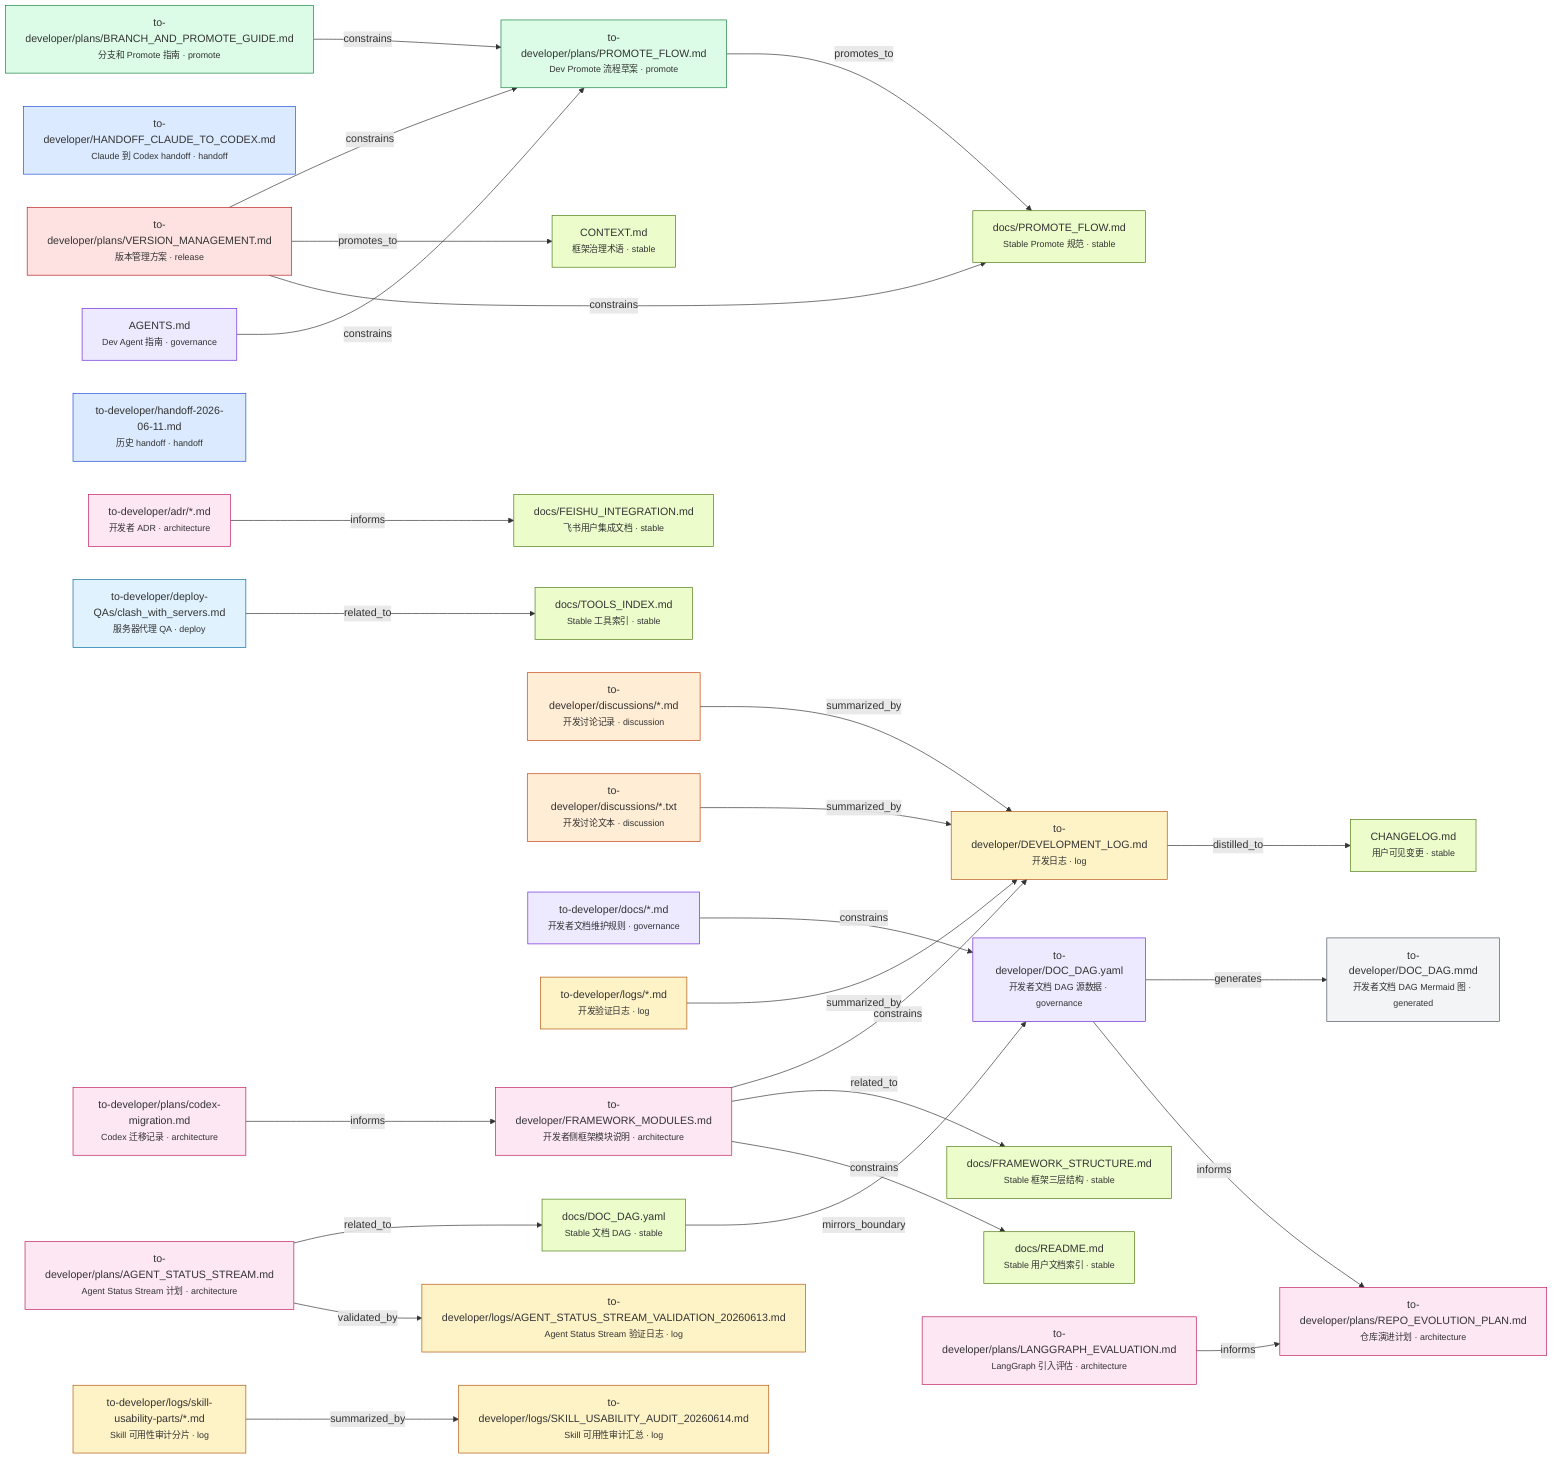
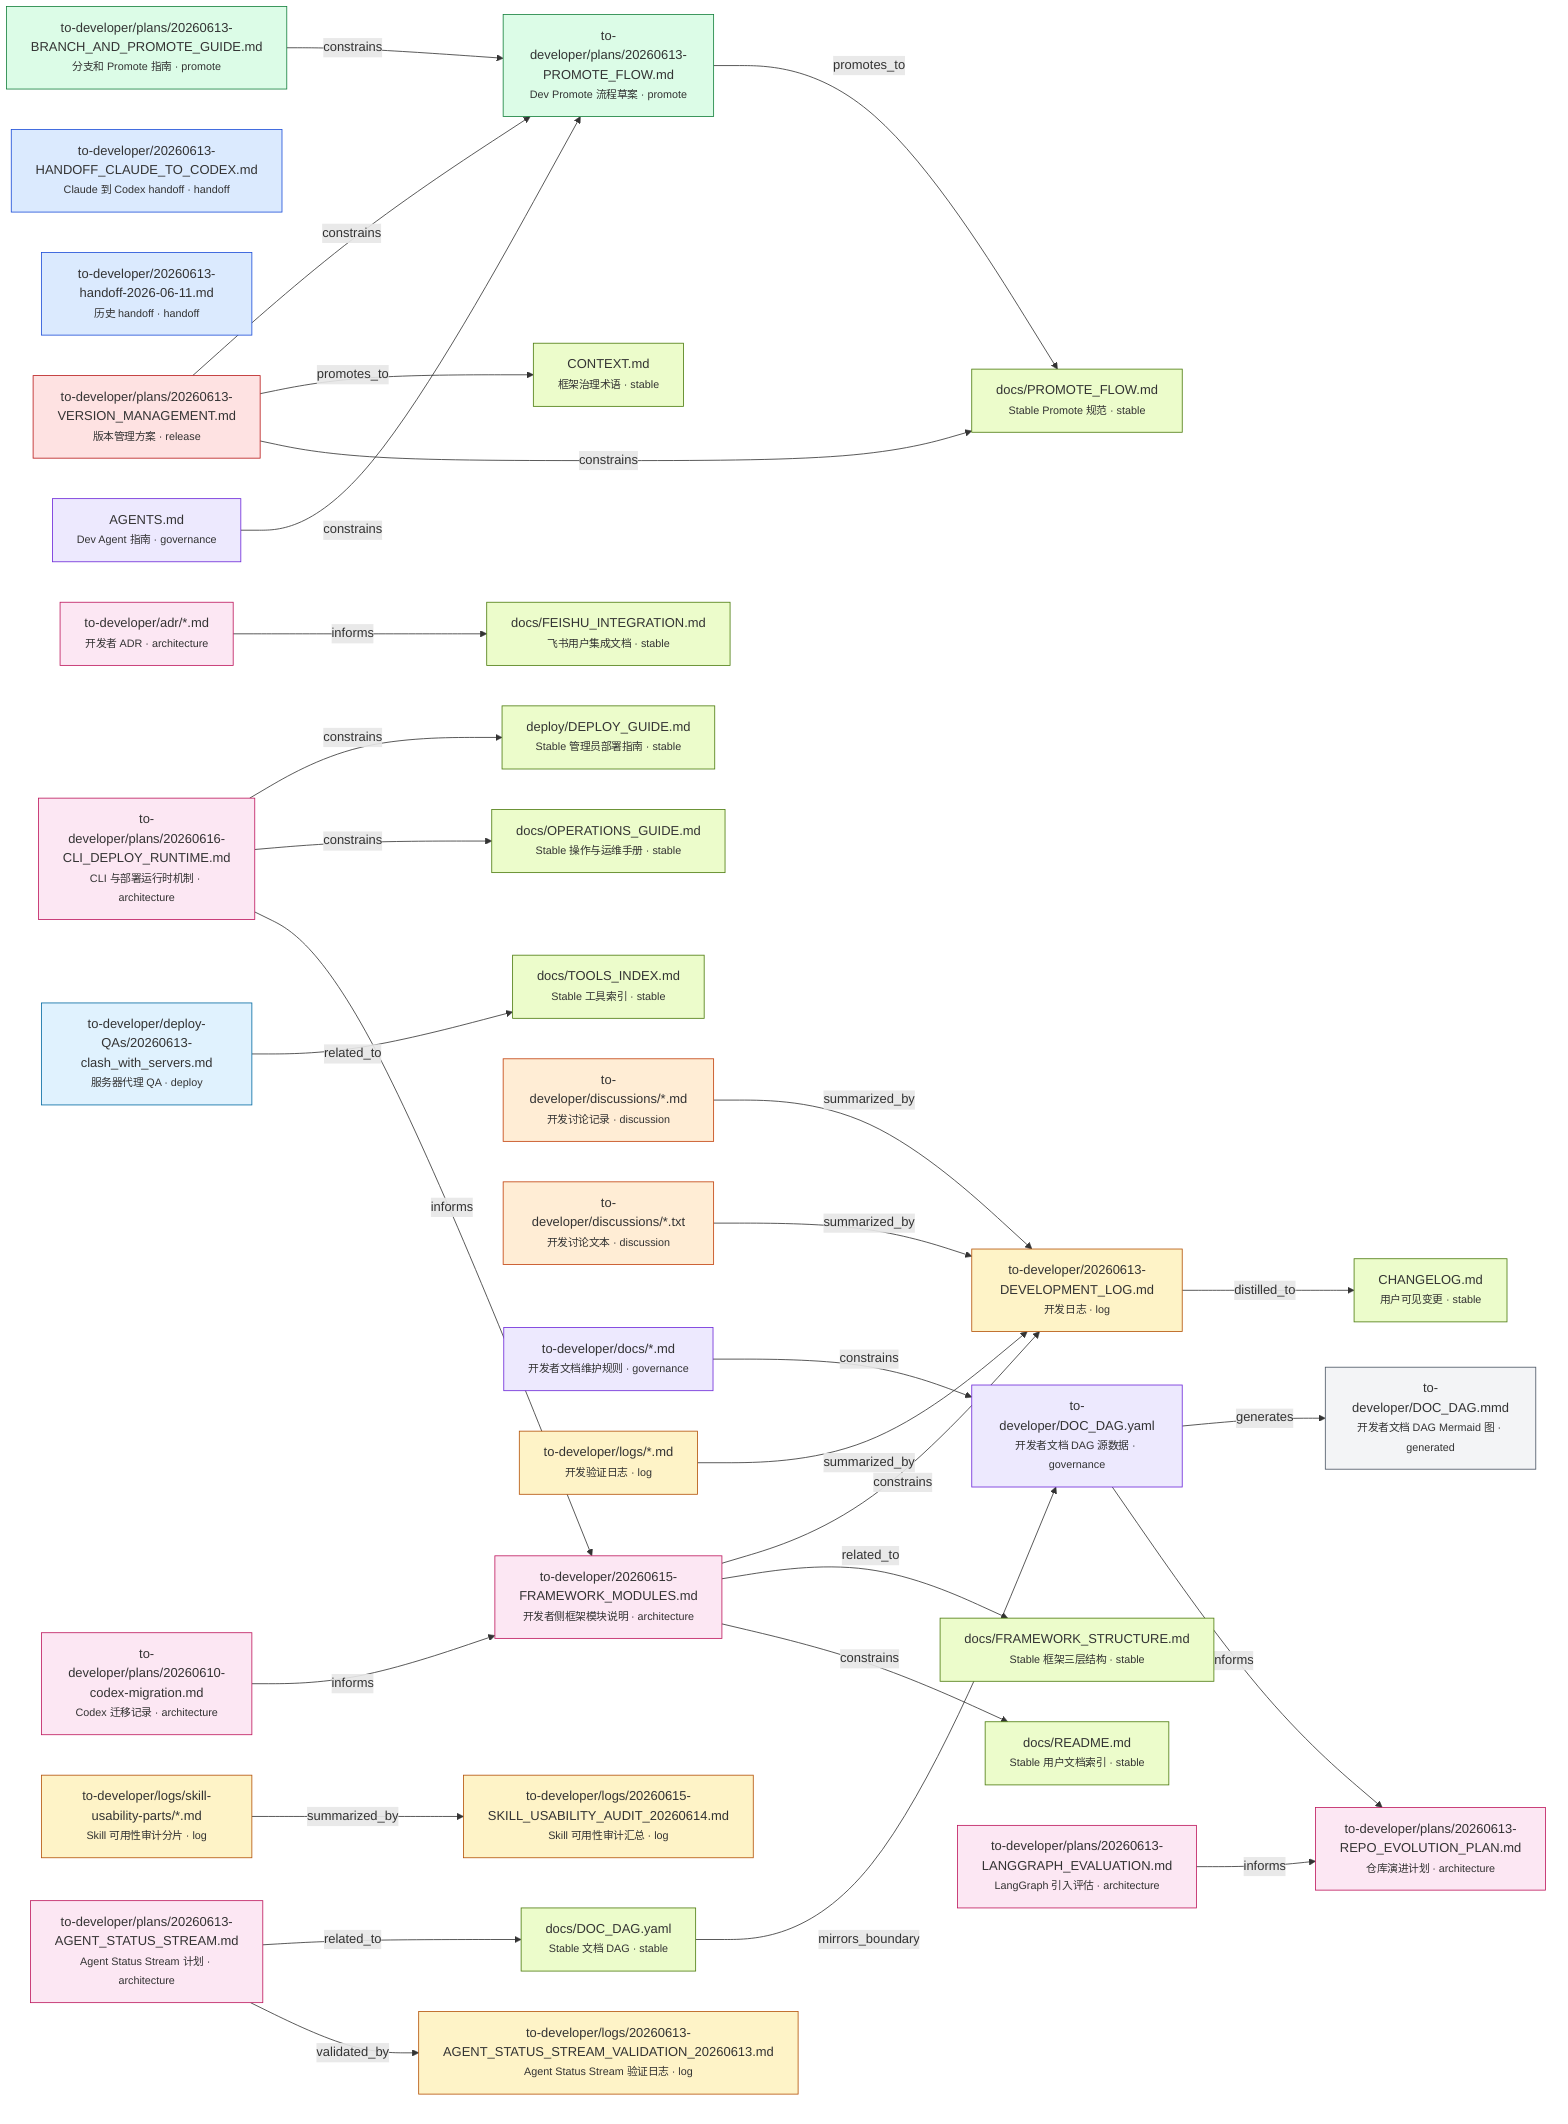
graph LR
    %% Generated from to-developer/DOC_DAG.yaml by tools/update_developer_docs.py
    AGENTS_md["AGENTS.md<br/><small>Dev Agent 指南 · governance</small>"]
    CHANGELOG_md["CHANGELOG.md<br/><small>用户可见变更 · stable</small>"]
    CONTEXT_md["CONTEXT.md<br/><small>框架治理术语 · stable</small>"]
+     deploy_DEPLOY_GUIDE_md["deploy/DEPLOY_GUIDE.md<br/><small>Stable 管理员部署指南 · stable</small>"]
    docs_DOC_DAG_yaml["docs/DOC_DAG.yaml<br/><small>Stable 文档 DAG · stable</small>"]
    docs_FEISHU_INTEGRATION_md["docs/FEISHU_INTEGRATION.md<br/><small>飞书用户集成文档 · stable</small>"]
    docs_FRAMEWORK_STRUCTURE_md["docs/FRAMEWORK_STRUCTURE.md<br/><small>Stable 框架三层结构 · stable</small>"]
+     docs_OPERATIONS_GUIDE_md["docs/OPERATIONS_GUIDE.md<br/><small>Stable 操作与运维手册 · stable</small>"]
    docs_PROMOTE_FLOW_md["docs/PROMOTE_FLOW.md<br/><small>Stable Promote 规范 · stable</small>"]
    docs_README_md["docs/README.md<br/><small>Stable 用户文档索引 · stable</small>"]
    docs_TOOLS_INDEX_md["docs/TOOLS_INDEX.md<br/><small>Stable 工具索引 · stable</small>"]
-     to_developer_DEVELOPMENT_LOG_md["to-developer/DEVELOPMENT_LOG.md<br/><small>开发日志 · log</small>"]
+     to_developer_20260613_DEVELOPMENT_LOG_md["to-developer/20260613-DEVELOPMENT_LOG.md<br/><small>开发日志 · log</small>"]
+     to_developer_20260613_HANDOFF_CLAUDE_TO_CODEX_md["to-developer/20260613-HANDOFF_CLAUDE_TO_CODEX.md<br/><small>Claude 到 Codex handoff · handoff</small>"]
+     to_developer_20260613_handoff_2026_06_11_md["to-developer/20260613-handoff-2026-06-11.md<br/><small>历史 handoff · handoff</small>"]
+     to_developer_20260615_FRAMEWORK_MODULES_md["to-developer/20260615-FRAMEWORK_MODULES.md<br/><small>开发者侧框架模块说明 · architecture</small>"]
    to_developer_DOC_DAG_mmd["to-developer/DOC_DAG.mmd<br/><small>开发者文档 DAG Mermaid 图 · generated</small>"]
    to_developer_DOC_DAG_yaml["to-developer/DOC_DAG.yaml<br/><small>开发者文档 DAG 源数据 · governance</small>"]
-     to_developer_FRAMEWORK_MODULES_md["to-developer/FRAMEWORK_MODULES.md<br/><small>开发者侧框架模块说明 · architecture</small>"]
-     to_developer_HANDOFF_CLAUDE_TO_CODEX_md["to-developer/HANDOFF_CLAUDE_TO_CODEX.md<br/><small>Claude 到 Codex handoff · handoff</small>"]
    to_developer_adr___md["to-developer/adr/*.md<br/><small>开发者 ADR · architecture</small>"]
-     to_developer_deploy_QAs_clash_with_servers_md["to-developer/deploy-QAs/clash_with_servers.md<br/><small>服务器代理 QA · deploy</small>"]
+     to_developer_deploy_QAs_20260613_clash_with_servers_md["to-developer/deploy-QAs/20260613-clash_with_servers.md<br/><small>服务器代理 QA · deploy</small>"]
    to_developer_discussions___md["to-developer/discussions/*.md<br/><small>开发讨论记录 · discussion</small>"]
    to_developer_discussions___txt["to-developer/discussions/*.txt<br/><small>开发讨论文本 · discussion</small>"]
    to_developer_docs___md["to-developer/docs/*.md<br/><small>开发者文档维护规则 · governance</small>"]
-     to_developer_handoff_2026_06_11_md["to-developer/handoff-2026-06-11.md<br/><small>历史 handoff · handoff</small>"]
    to_developer_logs___md["to-developer/logs/*.md<br/><small>开发验证日志 · log</small>"]
-     to_developer_logs_AGENT_STATUS_STREAM_VALIDATION_20260613_md["to-developer/logs/AGENT_STATUS_STREAM_VALIDATION_20260613.md<br/><small>Agent Status Stream 验证日志 · log</small>"]
-     to_developer_logs_SKILL_USABILITY_AUDIT_20260614_md["to-developer/logs/SKILL_USABILITY_AUDIT_20260614.md<br/><small>Skill 可用性审计汇总 · log</small>"]
+     to_developer_logs_20260613_AGENT_STATUS_STREAM_VALIDATION_20260613_md["to-developer/logs/20260613-AGENT_STATUS_STREAM_VALIDATION_20260613.md<br/><small>Agent Status Stream 验证日志 · log</small>"]
+     to_developer_logs_20260615_SKILL_USABILITY_AUDIT_20260614_md["to-developer/logs/20260615-SKILL_USABILITY_AUDIT_20260614.md<br/><small>Skill 可用性审计汇总 · log</small>"]
    to_developer_logs_skill_usability_parts___md["to-developer/logs/skill-usability-parts/*.md<br/><small>Skill 可用性审计分片 · log</small>"]
-     to_developer_plans_AGENT_STATUS_STREAM_md["to-developer/plans/AGENT_STATUS_STREAM.md<br/><small>Agent Status Stream 计划 · architecture</small>"]
-     to_developer_plans_BRANCH_AND_PROMOTE_GUIDE_md["to-developer/plans/BRANCH_AND_PROMOTE_GUIDE.md<br/><small>分支和 Promote 指南 · promote</small>"]
-     to_developer_plans_LANGGRAPH_EVALUATION_md["to-developer/plans/LANGGRAPH_EVALUATION.md<br/><small>LangGraph 引入评估 · architecture</small>"]
-     to_developer_plans_PROMOTE_FLOW_md["to-developer/plans/PROMOTE_FLOW.md<br/><small>Dev Promote 流程草案 · promote</small>"]
-     to_developer_plans_REPO_EVOLUTION_PLAN_md["to-developer/plans/REPO_EVOLUTION_PLAN.md<br/><small>仓库演进计划 · architecture</small>"]
-     to_developer_plans_VERSION_MANAGEMENT_md["to-developer/plans/VERSION_MANAGEMENT.md<br/><small>版本管理方案 · release</small>"]
-     to_developer_plans_codex_migration_md["to-developer/plans/codex-migration.md<br/><small>Codex 迁移记录 · architecture</small>"]
+     to_developer_plans_20260610_codex_migration_md["to-developer/plans/20260610-codex-migration.md<br/><small>Codex 迁移记录 · architecture</small>"]
+     to_developer_plans_20260613_AGENT_STATUS_STREAM_md["to-developer/plans/20260613-AGENT_STATUS_STREAM.md<br/><small>Agent Status Stream 计划 · architecture</small>"]
+     to_developer_plans_20260613_BRANCH_AND_PROMOTE_GUIDE_md["to-developer/plans/20260613-BRANCH_AND_PROMOTE_GUIDE.md<br/><small>分支和 Promote 指南 · promote</small>"]
+     to_developer_plans_20260613_LANGGRAPH_EVALUATION_md["to-developer/plans/20260613-LANGGRAPH_EVALUATION.md<br/><small>LangGraph 引入评估 · architecture</small>"]
+     to_developer_plans_20260613_PROMOTE_FLOW_md["to-developer/plans/20260613-PROMOTE_FLOW.md<br/><small>Dev Promote 流程草案 · promote</small>"]
+     to_developer_plans_20260613_REPO_EVOLUTION_PLAN_md["to-developer/plans/20260613-REPO_EVOLUTION_PLAN.md<br/><small>仓库演进计划 · architecture</small>"]
+     to_developer_plans_20260613_VERSION_MANAGEMENT_md["to-developer/plans/20260613-VERSION_MANAGEMENT.md<br/><small>版本管理方案 · release</small>"]
+     to_developer_plans_20260616_CLI_DEPLOY_RUNTIME_md["to-developer/plans/20260616-CLI_DEPLOY_RUNTIME.md<br/><small>CLI 与部署运行时机制 · architecture</small>"]

    to_developer_DOC_DAG_yaml -- "generates" --> to_developer_DOC_DAG_mmd
-     to_developer_DOC_DAG_yaml -- "informs" --> to_developer_plans_REPO_EVOLUTION_PLAN_md
-     to_developer_FRAMEWORK_MODULES_md -- "constrains" --> to_developer_DEVELOPMENT_LOG_md
-     to_developer_FRAMEWORK_MODULES_md -- "related_to" --> docs_FRAMEWORK_STRUCTURE_md
-     to_developer_FRAMEWORK_MODULES_md -- "constrains" --> docs_README_md
+     to_developer_DOC_DAG_yaml -- "informs" --> to_developer_plans_20260613_REPO_EVOLUTION_PLAN_md
+     to_developer_20260615_FRAMEWORK_MODULES_md -- "constrains" --> to_developer_20260613_DEVELOPMENT_LOG_md
+     to_developer_20260615_FRAMEWORK_MODULES_md -- "related_to" --> docs_FRAMEWORK_STRUCTURE_md
+     to_developer_20260615_FRAMEWORK_MODULES_md -- "constrains" --> docs_README_md
    to_developer_docs___md -- "constrains" --> to_developer_DOC_DAG_yaml
-     to_developer_plans_BRANCH_AND_PROMOTE_GUIDE_md -- "constrains" --> to_developer_plans_PROMOTE_FLOW_md
-     to_developer_plans_VERSION_MANAGEMENT_md -- "constrains" --> to_developer_plans_PROMOTE_FLOW_md
-     to_developer_plans_PROMOTE_FLOW_md -- "promotes_to" --> docs_PROMOTE_FLOW_md
-     to_developer_plans_VERSION_MANAGEMENT_md -- "promotes_to" --> CONTEXT_md
-     to_developer_plans_VERSION_MANAGEMENT_md -- "constrains" --> docs_PROMOTE_FLOW_md
-     to_developer_plans_AGENT_STATUS_STREAM_md -- "related_to" --> docs_DOC_DAG_yaml
-     to_developer_plans_AGENT_STATUS_STREAM_md -- "validated_by" --> to_developer_logs_AGENT_STATUS_STREAM_VALIDATION_20260613_md
-     to_developer_plans_LANGGRAPH_EVALUATION_md -- "informs" --> to_developer_plans_REPO_EVOLUTION_PLAN_md
-     to_developer_plans_codex_migration_md -- "informs" --> to_developer_FRAMEWORK_MODULES_md
+     to_developer_plans_20260613_BRANCH_AND_PROMOTE_GUIDE_md -- "constrains" --> to_developer_plans_20260613_PROMOTE_FLOW_md
+     to_developer_plans_20260613_VERSION_MANAGEMENT_md -- "constrains" --> to_developer_plans_20260613_PROMOTE_FLOW_md
+     to_developer_plans_20260613_PROMOTE_FLOW_md -- "promotes_to" --> docs_PROMOTE_FLOW_md
+     to_developer_plans_20260613_VERSION_MANAGEMENT_md -- "promotes_to" --> CONTEXT_md
+     to_developer_plans_20260613_VERSION_MANAGEMENT_md -- "constrains" --> docs_PROMOTE_FLOW_md
+     to_developer_plans_20260613_AGENT_STATUS_STREAM_md -- "related_to" --> docs_DOC_DAG_yaml
+     to_developer_plans_20260613_AGENT_STATUS_STREAM_md -- "validated_by" --> to_developer_logs_20260613_AGENT_STATUS_STREAM_VALIDATION_20260613_md
+     to_developer_plans_20260613_LANGGRAPH_EVALUATION_md -- "informs" --> to_developer_plans_20260613_REPO_EVOLUTION_PLAN_md
+     to_developer_plans_20260610_codex_migration_md -- "informs" --> to_developer_20260615_FRAMEWORK_MODULES_md
+     to_developer_plans_20260616_CLI_DEPLOY_RUNTIME_md -- "constrains" --> deploy_DEPLOY_GUIDE_md
+     to_developer_plans_20260616_CLI_DEPLOY_RUNTIME_md -- "constrains" --> docs_OPERATIONS_GUIDE_md
+     to_developer_plans_20260616_CLI_DEPLOY_RUNTIME_md -- "informs" --> to_developer_20260615_FRAMEWORK_MODULES_md
    to_developer_adr___md -- "informs" --> docs_FEISHU_INTEGRATION_md
-     to_developer_logs___md -- "summarized_by" --> to_developer_DEVELOPMENT_LOG_md
-     to_developer_logs_skill_usability_parts___md -- "summarized_by" --> to_developer_logs_SKILL_USABILITY_AUDIT_20260614_md
-     to_developer_DEVELOPMENT_LOG_md -- "distilled_to" --> CHANGELOG_md
-     to_developer_discussions___md -- "summarized_by" --> to_developer_DEVELOPMENT_LOG_md
-     to_developer_discussions___txt -- "summarized_by" --> to_developer_DEVELOPMENT_LOG_md
-     to_developer_deploy_QAs_clash_with_servers_md -- "related_to" --> docs_TOOLS_INDEX_md
-     AGENTS_md -- "constrains" --> to_developer_plans_PROMOTE_FLOW_md
+     to_developer_logs___md -- "summarized_by" --> to_developer_20260613_DEVELOPMENT_LOG_md
+     to_developer_logs_skill_usability_parts___md -- "summarized_by" --> to_developer_logs_20260615_SKILL_USABILITY_AUDIT_20260614_md
+     to_developer_20260613_DEVELOPMENT_LOG_md -- "distilled_to" --> CHANGELOG_md
+     to_developer_discussions___md -- "summarized_by" --> to_developer_20260613_DEVELOPMENT_LOG_md
+     to_developer_discussions___txt -- "summarized_by" --> to_developer_20260613_DEVELOPMENT_LOG_md
+     to_developer_deploy_QAs_20260613_clash_with_servers_md -- "related_to" --> docs_TOOLS_INDEX_md
+     AGENTS_md -- "constrains" --> to_developer_plans_20260613_PROMOTE_FLOW_md
    docs_DOC_DAG_yaml -- "mirrors_boundary" --> to_developer_DOC_DAG_yaml

    classDef governance fill:#ede9fe,stroke:#6d28d9
    classDef generated fill:#f3f4f6,stroke:#4b5563
    classDef log fill:#fef3c7,stroke:#b45309
    classDef handoff fill:#dbeafe,stroke:#1d4ed8
    classDef promote fill:#dcfce7,stroke:#15803d
    classDef release fill:#fee2e2,stroke:#b91c1c
    classDef architecture fill:#fce7f3,stroke:#be185d
    classDef deploy fill:#e0f2fe,stroke:#0369a1
    classDef discussion fill:#ffedd5,stroke:#c2410c
    classDef stable fill:#ecfccb,stroke:#4d7c0f
-     class to_developer_FRAMEWORK_MODULES_md,to_developer_adr___md,to_developer_plans_AGENT_STATUS_STREAM_md,to_developer_plans_LANGGRAPH_EVALUATION_md,to_developer_plans_REPO_EVOLUTION_PLAN_md,to_developer_plans_codex_migration_md architecture
-     class to_developer_deploy_QAs_clash_with_servers_md deploy
+     class to_developer_20260615_FRAMEWORK_MODULES_md,to_developer_adr___md,to_developer_plans_20260610_codex_migration_md,to_developer_plans_20260613_AGENT_STATUS_STREAM_md,to_developer_plans_20260613_LANGGRAPH_EVALUATION_md,to_developer_plans_20260613_REPO_EVOLUTION_PLAN_md,to_developer_plans_20260616_CLI_DEPLOY_RUNTIME_md architecture
+     class to_developer_deploy_QAs_20260613_clash_with_servers_md deploy
    class to_developer_discussions___md,to_developer_discussions___txt discussion
    class to_developer_DOC_DAG_mmd generated
    class AGENTS_md,to_developer_DOC_DAG_yaml,to_developer_docs___md governance
-     class to_developer_HANDOFF_CLAUDE_TO_CODEX_md,to_developer_handoff_2026_06_11_md handoff
-     class to_developer_DEVELOPMENT_LOG_md,to_developer_logs_AGENT_STATUS_STREAM_VALIDATION_20260613_md,to_developer_logs_SKILL_USABILITY_AUDIT_20260614_md,to_developer_logs___md,to_developer_logs_skill_usability_parts___md log
-     class to_developer_plans_BRANCH_AND_PROMOTE_GUIDE_md,to_developer_plans_PROMOTE_FLOW_md promote
-     class to_developer_plans_VERSION_MANAGEMENT_md release
-     class CHANGELOG_md,CONTEXT_md,docs_DOC_DAG_yaml,docs_FEISHU_INTEGRATION_md,docs_FRAMEWORK_STRUCTURE_md,docs_PROMOTE_FLOW_md,docs_README_md,docs_TOOLS_INDEX_md stable
+     class to_developer_20260613_HANDOFF_CLAUDE_TO_CODEX_md,to_developer_20260613_handoff_2026_06_11_md handoff
+     class to_developer_20260613_DEVELOPMENT_LOG_md,to_developer_logs_20260613_AGENT_STATUS_STREAM_VALIDATION_20260613_md,to_developer_logs_20260615_SKILL_USABILITY_AUDIT_20260614_md,to_developer_logs___md,to_developer_logs_skill_usability_parts___md log
+     class to_developer_plans_20260613_BRANCH_AND_PROMOTE_GUIDE_md,to_developer_plans_20260613_PROMOTE_FLOW_md promote
+     class to_developer_plans_20260613_VERSION_MANAGEMENT_md release
+     class CHANGELOG_md,CONTEXT_md,deploy_DEPLOY_GUIDE_md,docs_DOC_DAG_yaml,docs_FEISHU_INTEGRATION_md,docs_FRAMEWORK_STRUCTURE_md,docs_OPERATIONS_GUIDE_md,docs_PROMOTE_FLOW_md,docs_README_md,docs_TOOLS_INDEX_md stable
